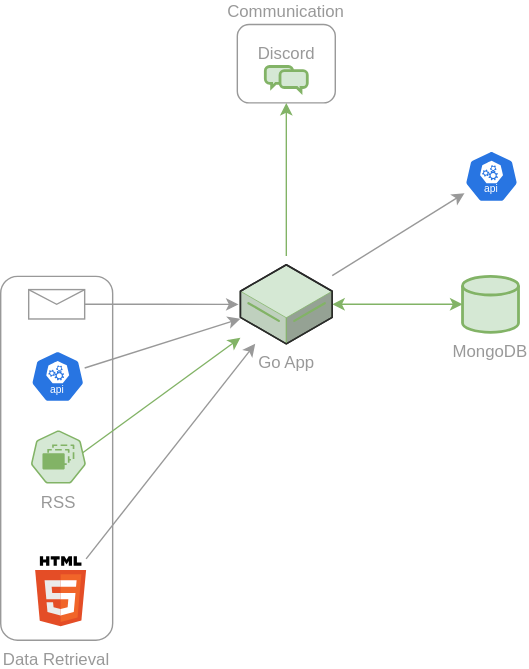
Above: job-search.drawio.svg in treestarsystems/job-funnel (draw.io), before the change. Source tidied: cells renumbered, new cells last; positions are measured from the earlier drawing's top-left corner, leaving out a move shared by most shapes.
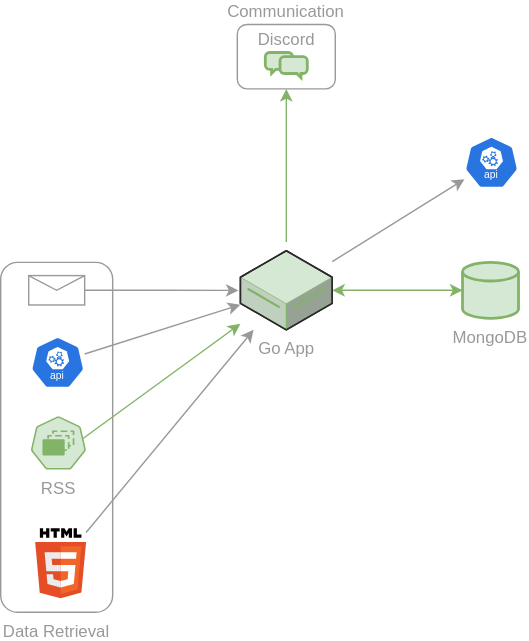
Later version of the same file.

Diff of the diagram source:
```diff
@@ -3,10 +3,10 @@
     <mxCell id="0" />
     <mxCell id="1" parent="0" />
     <mxCell id="2" value="Communication" style="rounded=1;whiteSpace=wrap;html=1;fillColor=none;labelPosition=center;verticalLabelPosition=top;align=center;verticalAlign=bottom;fontColor=#999999;strokeColor=#999999;" parent="1" vertex="1">
-      <mxGeometry x="169.1" width="70" height="56" as="geometry" />
+      <mxGeometry x="169.1" y="10" width="70" height="46" as="geometry" />
     </mxCell>
     <mxCell id="3" value="Data Retrieval" style="rounded=1;whiteSpace=wrap;html=1;fillColor=none;labelPosition=center;verticalLabelPosition=bottom;align=center;verticalAlign=top;fontColor=#999999;strokeColor=#999999;" parent="1" vertex="1">
-      <mxGeometry y="180" width="80" height="260" as="geometry" />
+      <mxGeometry y="180" width="80" height="250" as="geometry" />
     </mxCell>
     <mxCell id="4" style="rounded=0;jettySize=auto;html=1;fontColor=#999999;fillColor=#d5e8d4;strokeColor=#82b366;" parent="1" edge="1" target="2">
       <mxGeometry relative="1" as="geometry">
@@ -45,8 +45,8 @@
     <mxCell id="14" style="rounded=0;jettySize=auto;html=1;startArrow=none;startFill=0;fontColor=#999999;strokeColor=#999999;" parent="1" edge="1" source="15" target="13">
       <mxGeometry relative="1" as="geometry" />
     </mxCell>
-    <mxCell id="15" style="dashed=0;outlineConnect=0;html=1;align=center;labelPosition=center;verticalLabelPosition=bottom;verticalAlign=top;shape=mxgraph.weblogos.html5;fontColor=#999999;" parent="1" vertex="1">
-      <mxGeometry x="24.6" y="380" width="36.4" height="50" as="geometry" />
+    <mxCell id="15" style="dashed=0;outlineConnect=0;html=1;align=center;labelPosition=center;verticalLabelPosition=bottom;verticalAlign=top;shape=mxgraph.weblogos.html5;fontColor=#999999;strokeColor=none;" parent="1" vertex="1">
+      <mxGeometry x="24.6" y="370" width="36.4" height="50" as="geometry" />
     </mxCell>
     <mxCell id="16" style="verticalLabelPosition=bottom;shadow=0;dashed=0;align=center;html=1;verticalAlign=top;strokeWidth=1;shape=mxgraph.mockup.misc.mail2;strokeColor=#999999;fontColor=#999999;" parent="1" vertex="1">
       <mxGeometry x="20" y="189.4" width="40" height="21" as="geometry" />
```
